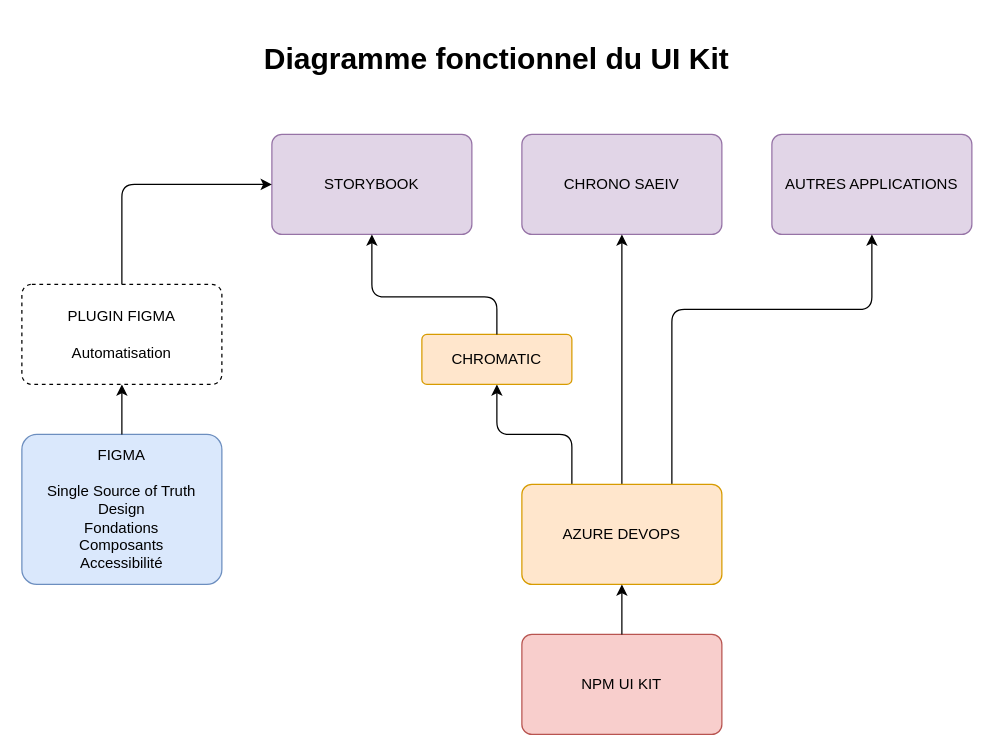
This is chrono-ui-kit.drawio from Tim-arts/flowcharts, a draw.io file, before an edit. Source tidied: cells renumbered, new cells numbered last; positions are measured from the earlier drawing's top-left corner, leaving out a move shared by most shapes. Both pictures are drawn from the tidied source at 125%, with x=0, y=0 at pixel (21, 34).
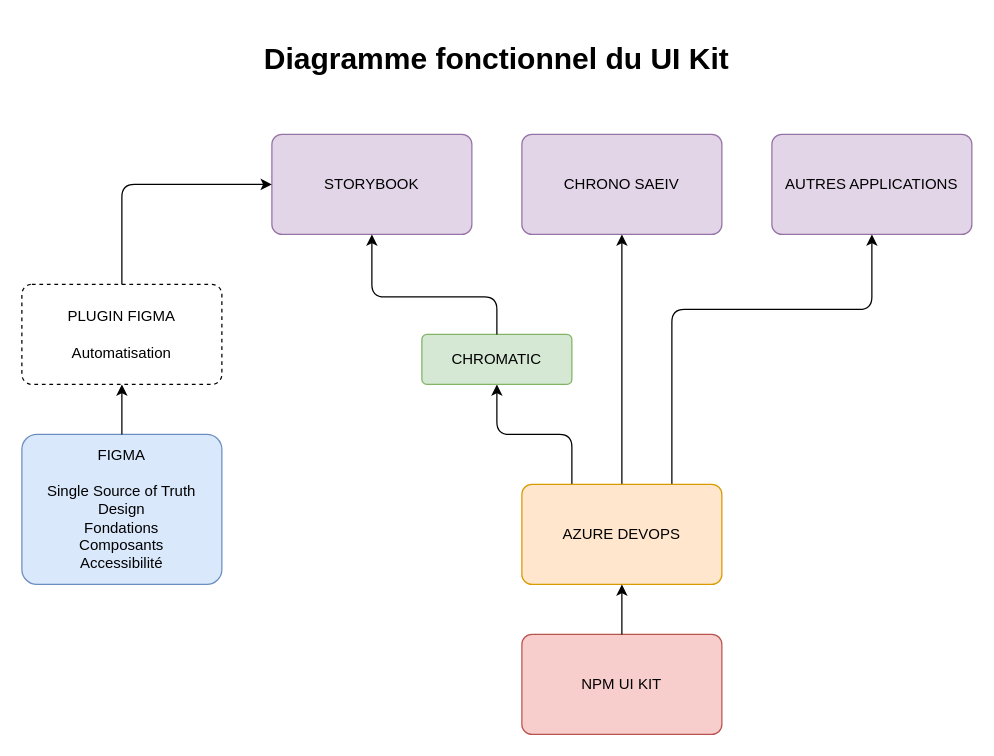
Above is the later version.

Diff of the diagram source:
```diff
@@
-    <mxCell id="13" value="CHROMATIC" style="rounded=1;whiteSpace=wrap;html=1;arcSize=10;fillColor=#ffe6cc;strokeColor=#d79b00;" parent="1" vertex="1">
+    <mxCell id="13" value="CHROMATIC" style="rounded=1;whiteSpace=wrap;html=1;arcSize=10;fillColor=#d5e8d4;strokeColor=#82b366;" parent="1" vertex="1">
       <mxGeometry x="320" y="240" width="120" height="40" as="geometry" />
     </mxCell>
```
